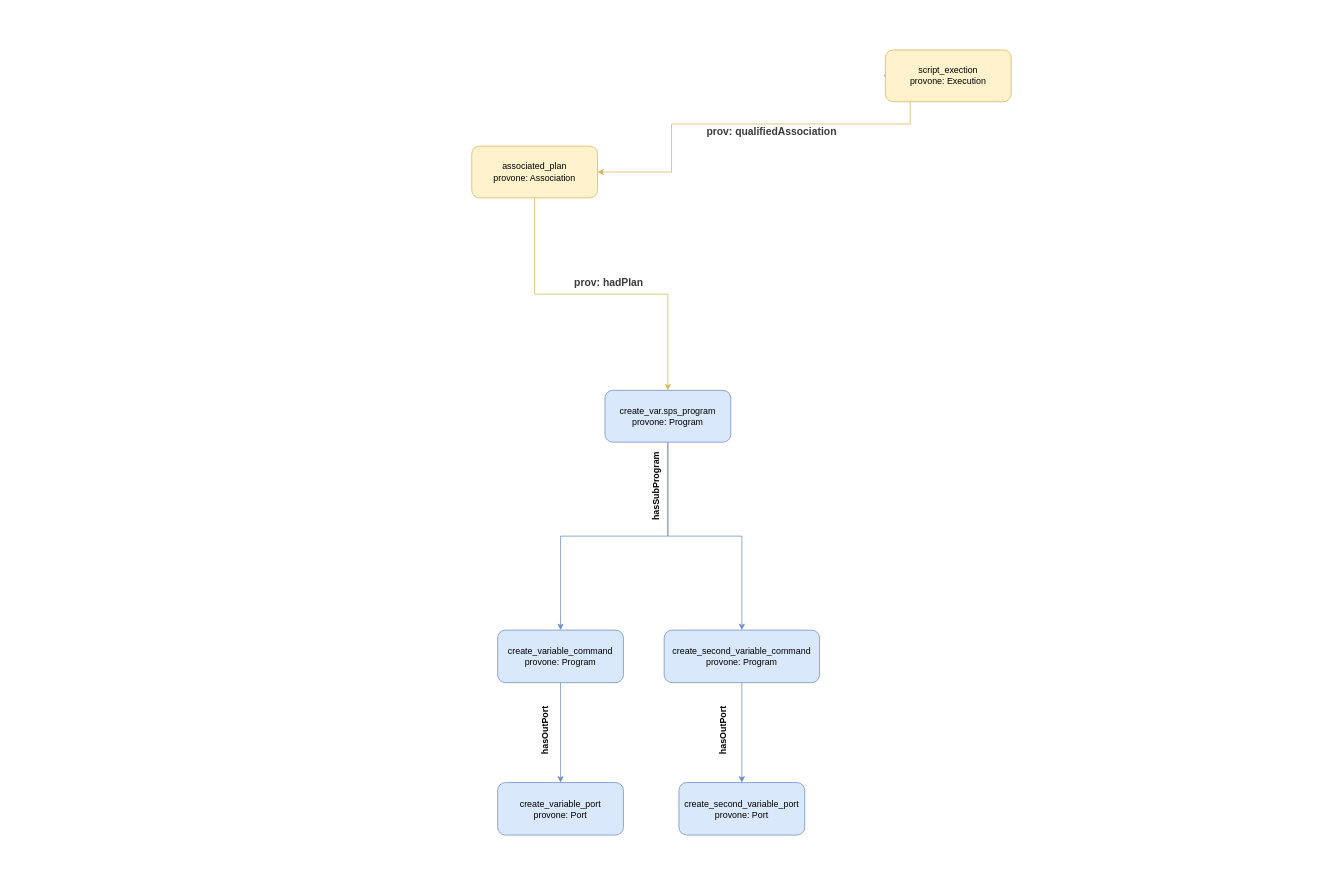
Earlier version of the draw.io diagram two-commands/images/prov.drawio (ThomasThelen/sdtl-provone). Source tidied: cells renumbered, new cells numbered last; positions are measured from the earlier drawing's top-left corner, leaving out a move shared by most shapes. Both pictures are drawn from the tidied source at 74%, with x=0, y=0 at pixel (471, 50).
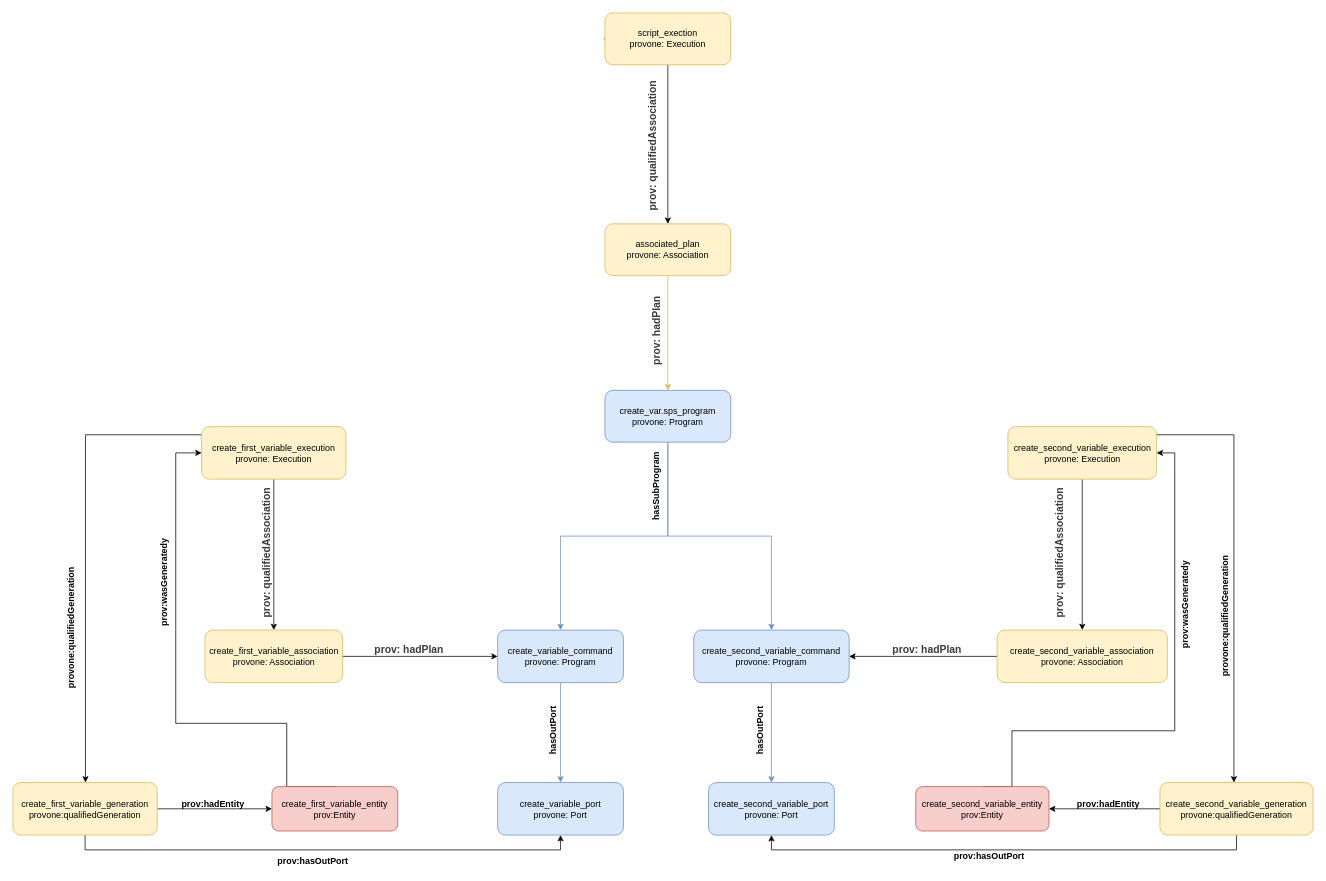
The same diagram, later.

Commit message (it also covers changes not shown here):
Add retrospective prov

The change refers to these unchanged cells:
```xml
<mxCell id="11" value="&lt;div&gt;&lt;span&gt;create_variable_command&lt;br&gt;provone: Program&lt;/span&gt;&lt;br&gt;&lt;/div&gt;" style="rounded=1;whiteSpace=wrap;html=1;fontSize=12;glass=0;strokeWidth=1;shadow=0;fillColor=#dae8fc;strokeColor=#6c8ebf;" parent="1" vertex="1">
  <mxGeometry x="35" y="784" width="170" height="71" as="geometry" />
</mxCell>
<mxCell id="12" value="&lt;div&gt;create_variable_port&lt;/div&gt;&lt;div&gt;&lt;span&gt;provone: Port&lt;/span&gt;&lt;br&gt;&lt;/div&gt;" style="rounded=1;whiteSpace=wrap;html=1;fontSize=12;glass=0;strokeWidth=1;shadow=0;fillColor=#dae8fc;strokeColor=#6c8ebf;" parent="1" vertex="1">
  <mxGeometry x="35" y="990" width="170" height="71" as="geometry" />
</mxCell>
```

Diff of the diagram source:
```diff
@@
+    <mxCell id="21" style="edgeStyle=orthogonalEdgeStyle;rounded=0;jettySize=auto;html=1;exitX=0.5;exitY=1;exitDx=0;exitDy=0;strokeColor=#000000;" parent="1" edge="1" source="3" target="6">
+      <mxGeometry relative="1" as="geometry" />
+    </mxCell>
     <mxCell id="3" value="&lt;div&gt;&lt;span&gt;script_exection&lt;br&gt;provone: Execution&lt;/span&gt;&lt;br&gt;&lt;/div&gt;" style="rounded=1;whiteSpace=wrap;html=1;fontSize=12;glass=0;strokeWidth=1;shadow=0;fillColor=#fff2cc;strokeColor=#d6b656;" parent="1" vertex="1">
-      <mxGeometry x="559" width="170" height="70" as="geometry" />
+      <mxGeometry x="180" y="-50" width="170" height="70" as="geometry" />
     </mxCell>
-    <mxCell id="4" style="edgeStyle=orthogonalEdgeStyle;rounded=0;jettySize=auto;html=1;exitX=0.25;exitY=1;exitDx=0;exitDy=0;entryX=1;entryY=0.5;entryDx=0;entryDy=0;fillColor=#fff2cc;strokeColor=#d6b656;" parent="1" edge="1" target="6">
-      <mxGeometry relative="1" as="geometry">
-        <mxPoint x="592.5" y="70" as="sourcePoint" />
-        <Array as="points">
-          <mxPoint x="593" y="100" />
-          <mxPoint x="270" y="100" />
-          <mxPoint x="270" y="165" />
-        </Array>
-      </mxGeometry>
-    </mxCell>
@@
     <mxCell id="6" value="&lt;div&gt;associated_plan&lt;/div&gt;&lt;div&gt;provone: Association&lt;/div&gt;" style="rounded=1;whiteSpace=wrap;html=1;fontSize=12;glass=0;strokeWidth=1;shadow=0;fillColor=#fff2cc;strokeColor=#d6b656;" parent="1" vertex="1">
-      <mxGeometry y="130" width="170" height="70" as="geometry" />
+      <mxGeometry x="180" y="235" width="170" height="70" as="geometry" />
     </mxCell>
@@
-    <mxCell id="13" value="&lt;font style=&quot;font-size: 14px&quot; color=&quot;#3b3b3b&quot;&gt;&lt;b&gt;prov: qualifiedAssociation&lt;/b&gt;&lt;/font&gt;" style="text;html=1;align=center;verticalAlign=middle;" parent="1" vertex="1">
-      <mxGeometry x="310" y="100" width="190" height="20" as="geometry" />
+    <mxCell id="13" value="&lt;font style=&quot;font-size: 14px&quot; color=&quot;#3b3b3b&quot;&gt;&lt;span&gt;prov: qualifiedAssociation&lt;/span&gt;&lt;/font&gt;" style="text;html=1;align=center;verticalAlign=middle;rotation=-90;fontStyle=1;" parent="1" vertex="1">
+      <mxGeometry x="150" y="120" width="190" height="20" as="geometry" />
     </mxCell>
-    <mxCell id="14" value="&lt;b&gt;&lt;font style=&quot;font-size: 14px&quot; color=&quot;#3b3b3b&quot;&gt;prov: hadPlan&lt;/font&gt;&lt;/b&gt;" style="text;html=1;align=center;verticalAlign=middle;" parent="1" vertex="1">
-      <mxGeometry x="130" y="305" width="110" height="20" as="geometry" />
+    <mxCell id="14" value="&lt;b&gt;&lt;font style=&quot;font-size: 14px&quot; color=&quot;#3b3b3b&quot;&gt;prov: hadPlan&lt;/font&gt;&lt;/b&gt;" style="text;html=1;align=center;verticalAlign=middle;rotation=-90;" parent="1" vertex="1">
+      <mxGeometry x="195" y="370" width="110" height="20" as="geometry" />
     </mxCell>
@@
     <mxCell id="17" value="&lt;div&gt;&lt;span&gt;create_second_variable_command&lt;br&gt;provone: Program&lt;/span&gt;&lt;br&gt;&lt;/div&gt;" style="rounded=1;whiteSpace=wrap;html=1;fontSize=12;glass=0;strokeWidth=1;shadow=0;fillColor=#dae8fc;strokeColor=#6c8ebf;" parent="1" vertex="1">
-      <mxGeometry x="260" y="784" width="210" height="71" as="geometry" />
+      <mxGeometry x="300" y="784" width="210" height="71" as="geometry" />
     </mxCell>
     <mxCell id="18" value="&lt;div&gt;create_second_variable_port&lt;/div&gt;&lt;div&gt;&lt;span&gt;provone: Port&lt;/span&gt;&lt;br&gt;&lt;/div&gt;" style="rounded=1;whiteSpace=wrap;html=1;fontSize=12;glass=0;strokeWidth=1;shadow=0;fillColor=#dae8fc;strokeColor=#6c8ebf;" parent="1" vertex="1">
-      <mxGeometry x="280" y="990" width="170" height="71" as="geometry" />
+      <mxGeometry x="320" y="990" width="170" height="71" as="geometry" />
     </mxCell>
     <mxCell id="19" value="hasOutPort" style="text;html=1;align=center;verticalAlign=middle;rotation=-90;fontStyle=1;" parent="1" vertex="1">
-      <mxGeometry x="60" y="910" width="80" height="20" as="geometry" />
+      <mxGeometry x="70" y="910" width="80" height="20" as="geometry" />
     </mxCell>
     <mxCell id="20" value="hasOutPort" style="text;html=1;align=center;verticalAlign=middle;rotation=-90;fontStyle=1;" parent="1" vertex="1">
-      <mxGeometry x="300" y="910" width="80" height="20" as="geometry" />
+      <mxGeometry x="350" y="910" width="80" height="20" as="geometry" />
     </mxCell>
+    <mxCell id="22" style="edgeStyle=orthogonalEdgeStyle;rounded=0;jettySize=auto;html=1;exitX=0.5;exitY=0;exitDx=0;exitDy=0;entryX=1;entryY=0.5;entryDx=0;entryDy=0;strokeColor=#000000;" parent="1" edge="1" source="23" target="28">
+      <mxGeometry relative="1" as="geometry">
+        <Array as="points">
+          <mxPoint x="730" y="996" />
+          <mxPoint x="730" y="920" />
+          <mxPoint x="950" y="920" />
+          <mxPoint x="950" y="545" />
+        </Array>
+      </mxGeometry>
+    </mxCell>
+    <mxCell id="23" value="create_second_variable_entity&lt;br&gt;prov:Entity" style="rounded=1;whiteSpace=wrap;html=1;fillColor=#f8cecc;strokeColor=#b85450;" parent="1" vertex="1">
+      <mxGeometry x="600" y="995.5" width="180" height="60" as="geometry" />
+    </mxCell>
+    <mxCell id="24" style="edgeStyle=orthogonalEdgeStyle;rounded=0;jettySize=auto;html=1;exitX=0.5;exitY=0;exitDx=0;exitDy=0;entryX=0;entryY=0.5;entryDx=0;entryDy=0;strokeColor=#000000;" parent="1" edge="1" source="25" target="34">
+      <mxGeometry relative="1" as="geometry">
+        <Array as="points">
+          <mxPoint x="-250" y="910" />
+          <mxPoint x="-400" y="910" />
+          <mxPoint x="-400" y="545" />
+        </Array>
+      </mxGeometry>
+    </mxCell>
+    <mxCell id="25" value="&lt;span&gt;create_first_variable_entity&lt;br&gt;prov:Entity&lt;/span&gt;" style="rounded=1;whiteSpace=wrap;html=1;fillColor=#f8cecc;strokeColor=#b85450;" parent="1" vertex="1">
+      <mxGeometry x="-270" y="995.5" width="170" height="60" as="geometry" />
+    </mxCell>
+    <mxCell id="26" style="edgeStyle=orthogonalEdgeStyle;rounded=0;jettySize=auto;html=1;exitX=0.5;exitY=1;exitDx=0;exitDy=0;strokeColor=#000000;" parent="1" edge="1" source="28" target="30">
+      <mxGeometry relative="1" as="geometry" />
+    </mxCell>
+    <mxCell id="27" style="edgeStyle=orthogonalEdgeStyle;rounded=0;jettySize=auto;html=1;exitX=1;exitY=0.5;exitDx=0;exitDy=0;strokeColor=#000000;" parent="1" edge="1" source="28" target="42">
+      <mxGeometry relative="1" as="geometry">
+        <Array as="points">
+          <mxPoint x="835" y="545" />
+          <mxPoint x="835" y="520" />
+          <mxPoint x="1030" y="520" />
+        </Array>
+      </mxGeometry>
+    </mxCell>
+    <mxCell id="28" value="&lt;span&gt;create_second_variable_execution&lt;br&gt;provone: Execution&lt;/span&gt;" style="rounded=1;whiteSpace=wrap;html=1;fillColor=#fff2cc;strokeColor=#d6b656;" parent="1" vertex="1">
+      <mxGeometry x="724.5" y="509" width="201" height="71" as="geometry" />
+    </mxCell>
+    <mxCell id="29" style="edgeStyle=orthogonalEdgeStyle;rounded=0;jettySize=auto;html=1;exitX=0;exitY=0.5;exitDx=0;exitDy=0;entryX=1;entryY=0.5;entryDx=0;entryDy=0;strokeColor=#000000;" parent="1" edge="1" source="30" target="17">
+      <mxGeometry relative="1" as="geometry" />
+    </mxCell>
+    <mxCell id="30" value="create_second_variable_association&lt;span&gt;&lt;br&gt;provone: Association&lt;/span&gt;" style="rounded=1;whiteSpace=wrap;html=1;fillColor=#fff2cc;strokeColor=#d6b656;" parent="1" vertex="1">
+      <mxGeometry x="710" y="784" width="230" height="71" as="geometry" />
+    </mxCell>
+    <mxCell id="31" value="&lt;b&gt;&lt;font style=&quot;font-size: 14px&quot; color=&quot;#3b3b3b&quot;&gt;prov: hadPlan&lt;/font&gt;&lt;/b&gt;" style="text;html=1;align=center;verticalAlign=middle;rotation=0;" parent="1" vertex="1">
+      <mxGeometry x="560" y="800" width="110" height="20" as="geometry" />
+    </mxCell>
+    <mxCell id="32" style="edgeStyle=orthogonalEdgeStyle;rounded=0;jettySize=auto;html=1;exitX=0.5;exitY=1;exitDx=0;exitDy=0;strokeColor=#000000;" parent="1" edge="1" source="34" target="36">
+      <mxGeometry relative="1" as="geometry" />
+    </mxCell>
+    <mxCell id="33" style="edgeStyle=orthogonalEdgeStyle;rounded=0;jettySize=auto;html=1;exitX=0;exitY=0.5;exitDx=0;exitDy=0;strokeColor=#000000;" parent="1" edge="1" source="34" target="45">
+      <mxGeometry relative="1" as="geometry">
+        <Array as="points">
+          <mxPoint x="-330" y="520" />
+          <mxPoint x="-522" y="520" />
+        </Array>
+      </mxGeometry>
+    </mxCell>
+    <mxCell id="34" value="&lt;span&gt;create_first_variable_execution&lt;br&gt;provone: Execution&lt;/span&gt;" style="rounded=1;whiteSpace=wrap;html=1;fillColor=#fff2cc;strokeColor=#d6b656;" parent="1" vertex="1">
+      <mxGeometry x="-365" y="509" width="195" height="71" as="geometry" />
+    </mxCell>
+    <mxCell id="35" style="edgeStyle=orthogonalEdgeStyle;rounded=0;jettySize=auto;html=1;exitX=1;exitY=0.5;exitDx=0;exitDy=0;strokeColor=#000000;" parent="1" edge="1" source="36" target="11">
+      <mxGeometry relative="1" as="geometry" />
+    </mxCell>
+    <mxCell id="36" value="&lt;span&gt;create_first_variable_association&lt;br&gt;provone: Association&lt;/span&gt;" style="rounded=1;whiteSpace=wrap;html=1;fillColor=#fff2cc;strokeColor=#d6b656;" parent="1" vertex="1">
+      <mxGeometry x="-360.5" y="784" width="186" height="71" as="geometry" />
+    </mxCell>
+    <mxCell id="37" value="&lt;b&gt;&lt;font style=&quot;font-size: 14px&quot; color=&quot;#3b3b3b&quot;&gt;prov: hadPlan&lt;/font&gt;&lt;/b&gt;" style="text;html=1;align=center;verticalAlign=middle;rotation=0;" parent="1" vertex="1">
+      <mxGeometry x="-140" y="800" width="110" height="20" as="geometry" />
+    </mxCell>
+    <mxCell id="38" value="&lt;font style=&quot;font-size: 14px&quot; color=&quot;#3b3b3b&quot;&gt;&lt;b&gt;prov: qualifiedAssociation&lt;/b&gt;&lt;/font&gt;" style="text;html=1;align=center;verticalAlign=middle;rotation=-90;" parent="1" vertex="1">
+      <mxGeometry x="-372" y="670" width="190" height="20" as="geometry" />
+    </mxCell>
+    <mxCell id="39" value="&lt;font style=&quot;font-size: 14px&quot; color=&quot;#3b3b3b&quot;&gt;&lt;span&gt;prov: qualifiedAssociation&lt;/span&gt;&lt;/font&gt;" style="text;html=1;align=center;verticalAlign=middle;rotation=-90;fontStyle=1;" parent="1" vertex="1">
+      <mxGeometry x="700" y="670" width="190" height="20" as="geometry" />
+    </mxCell>
+    <mxCell id="40" style="edgeStyle=orthogonalEdgeStyle;rounded=0;jettySize=auto;html=1;exitX=0;exitY=0.5;exitDx=0;exitDy=0;strokeColor=#000000;" parent="1" edge="1" source="42" target="23">
+      <mxGeometry relative="1" as="geometry" />
+    </mxCell>
+    <mxCell id="41" style="edgeStyle=orthogonalEdgeStyle;rounded=0;jettySize=auto;html=1;exitX=0.5;exitY=1;exitDx=0;exitDy=0;entryX=0.5;entryY=1;entryDx=0;entryDy=0;strokeColor=#000000;" parent="1" edge="1" source="42" target="18">
+      <mxGeometry relative="1" as="geometry" />
+    </mxCell>
+    <mxCell id="42" value="create_second_variable_generation&lt;br&gt;provone:qualifiedGeneration" style="rounded=1;whiteSpace=wrap;html=1;fillColor=#fff2cc;strokeColor=#d6b656;" parent="1" vertex="1">
+      <mxGeometry x="930" y="990" width="207" height="71" as="geometry" />
+    </mxCell>
+    <mxCell id="43" style="edgeStyle=orthogonalEdgeStyle;rounded=0;jettySize=auto;html=1;exitX=1;exitY=0.5;exitDx=0;exitDy=0;entryX=0;entryY=0.5;entryDx=0;entryDy=0;strokeColor=#000000;" parent="1" edge="1" source="45" target="25">
+      <mxGeometry relative="1" as="geometry" />
+    </mxCell>
+    <mxCell id="44" style="edgeStyle=orthogonalEdgeStyle;rounded=0;jettySize=auto;html=1;exitX=0.5;exitY=1;exitDx=0;exitDy=0;entryX=0.5;entryY=1;entryDx=0;entryDy=0;strokeColor=#000000;" parent="1" edge="1" source="45" target="12">
+      <mxGeometry relative="1" as="geometry" />
+    </mxCell>
+    <mxCell id="45" value="create_first_variable_generation&lt;br&gt;provone:qualifiedGeneration" style="rounded=1;whiteSpace=wrap;html=1;fillColor=#fff2cc;strokeColor=#d6b656;" parent="1" vertex="1">
+      <mxGeometry x="-620" y="990" width="195" height="71" as="geometry" />
+    </mxCell>
+    <mxCell id="46" value="&lt;span style=&quot;color: rgb(0 , 0 , 0) ; font-family: &amp;#34;helvetica&amp;#34; ; font-size: 12px ; font-style: normal ; letter-spacing: normal ; text-align: center ; text-indent: 0px ; text-transform: none ; word-spacing: 0px ; background-color: rgb(248 , 249 , 250) ; display: inline ; float: none&quot;&gt;&lt;b&gt;provone:qualifiedGeneration&lt;/b&gt;&lt;/span&gt;" style="text;whiteSpace=wrap;html=1;rotation=-90;" parent="1" vertex="1">
+      <mxGeometry x="-620" y="770" width="160" height="30" as="geometry" />
+    </mxCell>
+    <mxCell id="47" value="&lt;span style=&quot;color: rgb(0 , 0 , 0) ; font-family: &amp;#34;helvetica&amp;#34; ; font-size: 12px ; font-style: normal ; letter-spacing: normal ; text-align: center ; text-indent: 0px ; text-transform: none ; word-spacing: 0px ; background-color: rgb(248 , 249 , 250) ; display: inline ; float: none&quot;&gt;&lt;b&gt;provone:qualifiedGeneration&lt;/b&gt;&lt;/span&gt;" style="text;whiteSpace=wrap;html=1;rotation=-90;" parent="1" vertex="1">
+      <mxGeometry x="940" y="754" width="160" height="30" as="geometry" />
+    </mxCell>
+    <mxCell id="48" value="&lt;b&gt;prov:hadEntity&lt;/b&gt;" style="text;html=1;align=center;verticalAlign=middle;" parent="1" vertex="1">
+      <mxGeometry x="-400" y="1010" width="100" height="20" as="geometry" />
+    </mxCell>
+    <mxCell id="49" value="&lt;b&gt;prov:hadEntity&lt;/b&gt;" style="text;html=1;align=center;verticalAlign=middle;" parent="1" vertex="1">
+      <mxGeometry x="810" y="1010" width="100" height="20" as="geometry" />
+    </mxCell>
+    <mxCell id="50" value="&lt;b&gt;prov:hasOutPort&lt;/b&gt;" style="text;html=1;align=center;verticalAlign=middle;" parent="1" vertex="1">
+      <mxGeometry x="-270" y="1086" width="110" height="20" as="geometry" />
+    </mxCell>
+    <mxCell id="51" value="&lt;b&gt;prov:hasOutPort&lt;/b&gt;" style="text;html=1;align=center;verticalAlign=middle;" parent="1" vertex="1">
+      <mxGeometry x="644" y="1080" width="110" height="20" as="geometry" />
+    </mxCell>
+    <mxCell id="52" value="&lt;b&gt;prov:wasGeneratedy&lt;/b&gt;" style="text;html=1;align=center;verticalAlign=middle;rotation=-90;" parent="1" vertex="1">
+      <mxGeometry x="-480" y="710" width="130" height="20" as="geometry" />
+    </mxCell>
+    <mxCell id="53" value="&lt;b&gt;prov:wasGeneratedy&lt;/b&gt;" style="text;html=1;align=center;verticalAlign=middle;rotation=-90;" parent="1" vertex="1">
+      <mxGeometry x="900" y="740" width="130" height="20" as="geometry" />
+    </mxCell>
```
